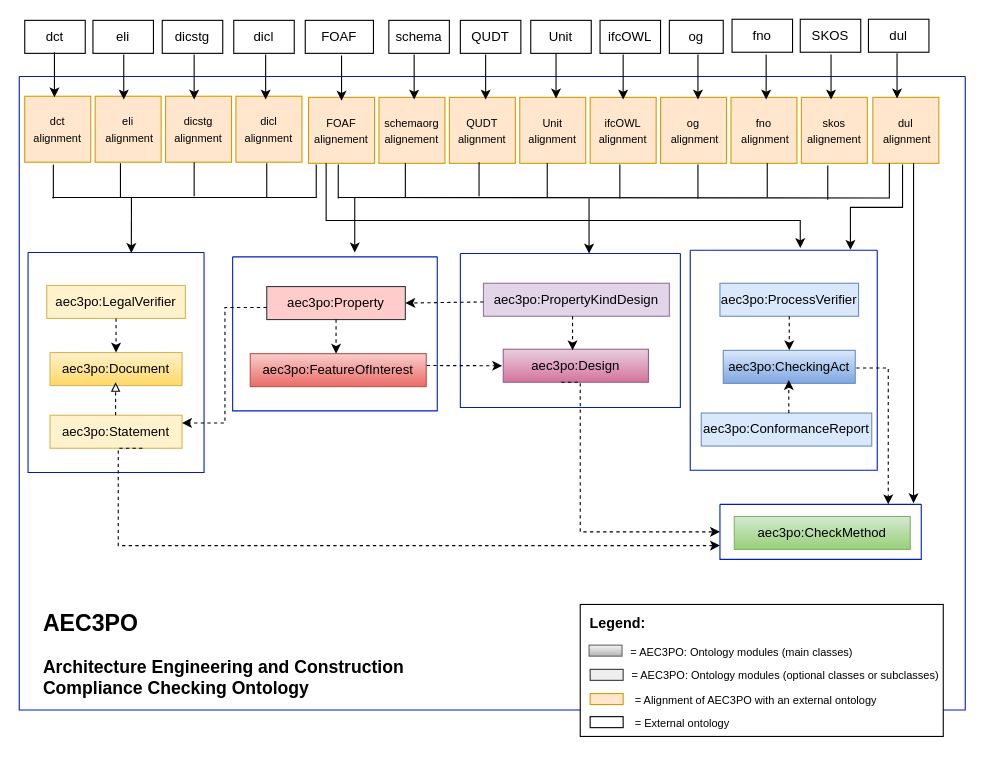
Above: page "alignment" (21 of 50) of src/aec3po.drawio in Accord-Project/aec3po (draw.io), before the change. Source tidied: cells renumbered, new cells numbered last; positions are measured from the earlier drawing's top-left corner, leaving out a move shared by most shapes. Both pictures are drawn from the tidied source at 110%, with x=0, y=0 at pixel (19, 19).
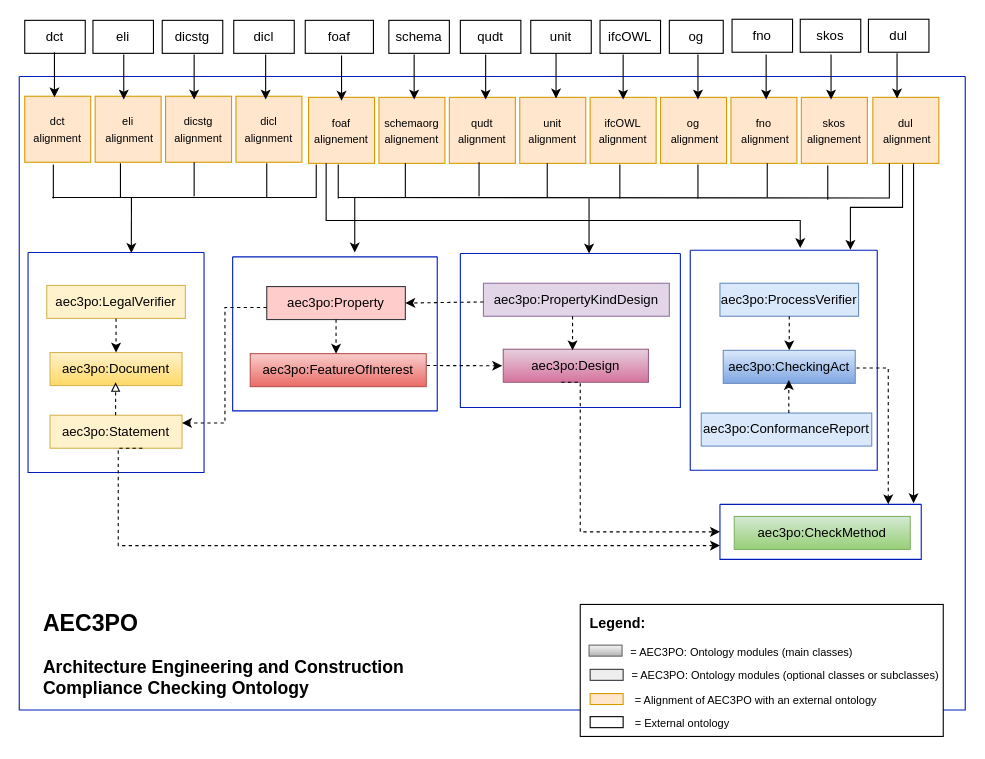
The same page after the edit.

Change to the diagram source:
```diff
@@
-    <mxCell id="33" value="&lt;font style=&quot;font-size: 10px;&quot;&gt;FOAF alignement&lt;/font&gt;" style="whiteSpace=wrap;html=1;fillColor=#ffe6cc;strokeColor=#d79b00;" parent="1" vertex="1">
+    <mxCell id="33" value="&lt;font style=&quot;font-size: 10px;&quot;&gt;foaf alignement&lt;/font&gt;" style="whiteSpace=wrap;html=1;fillColor=#ffe6cc;strokeColor=#d79b00;" parent="1" vertex="1">
       <mxGeometry x="263" y="71" width="60" height="60" as="geometry" />
     </mxCell>
@@
-    <mxCell id="35" value="&lt;font style=&quot;font-size: 10px;&quot;&gt;QUDT alignment&lt;/font&gt;" style="whiteSpace=wrap;html=1;fillColor=#ffe6cc;strokeColor=#d79b00;" parent="1" vertex="1">
+    <mxCell id="35" value="&lt;font style=&quot;font-size: 10px;&quot;&gt;qudt alignment&lt;/font&gt;" style="whiteSpace=wrap;html=1;fillColor=#ffe6cc;strokeColor=#d79b00;" parent="1" vertex="1">
       <mxGeometry x="391" y="71" width="60" height="60" as="geometry" />
     </mxCell>
-    <mxCell id="36" value="&lt;font style=&quot;font-size: 10px;&quot;&gt;Unit alignment&lt;/font&gt;" style="whiteSpace=wrap;html=1;fillColor=#ffe6cc;strokeColor=#d79b00;" parent="1" vertex="1">
+    <mxCell id="36" value="&lt;font style=&quot;font-size: 10px;&quot;&gt;unit alignment&lt;/font&gt;" style="whiteSpace=wrap;html=1;fillColor=#ffe6cc;strokeColor=#d79b00;" parent="1" vertex="1">
       <mxGeometry x="455" y="71" width="60" height="60" as="geometry" />
     </mxCell>
@@
-    <mxCell id="66" value="FOAF" style="rounded=0;whiteSpace=wrap;html=1;" parent="1" vertex="1">
+    <mxCell id="66" value="foaf" style="rounded=0;whiteSpace=wrap;html=1;" parent="1" vertex="1">
       <mxGeometry x="260" y="1" width="62" height="30" as="geometry" />
     </mxCell>
@@
-    <mxCell id="68" value="QUDT" style="rounded=0;whiteSpace=wrap;html=1;" parent="1" vertex="1">
+    <mxCell id="68" value="qudt" style="rounded=0;whiteSpace=wrap;html=1;" parent="1" vertex="1">
       <mxGeometry x="401" y="1" width="55" height="30" as="geometry" />
     </mxCell>
-    <mxCell id="69" value="Unit" style="rounded=0;whiteSpace=wrap;html=1;" parent="1" vertex="1">
+    <mxCell id="69" value="unit" style="rounded=0;whiteSpace=wrap;html=1;" parent="1" vertex="1">
       <mxGeometry x="465" y="1" width="55" height="30" as="geometry" />
     </mxCell>
@@
-    <mxCell id="73" value="SKOS" style="rounded=0;whiteSpace=wrap;html=1;" parent="1" vertex="1">
+    <mxCell id="73" value="skos" style="rounded=0;whiteSpace=wrap;html=1;" parent="1" vertex="1">
       <mxGeometry x="710" width="55" height="30" as="geometry" />
     </mxCell>
```
